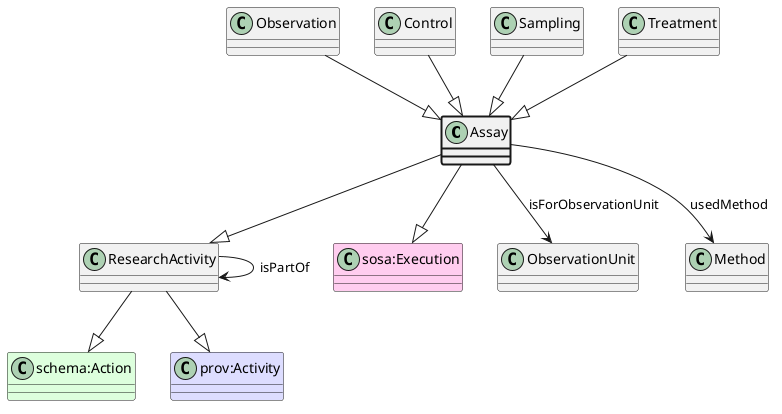
Above: ttl_uml/ttl_appn_Assay.png in aus-plant-phenomics-network/appn-schema (PlantUML), before the change.
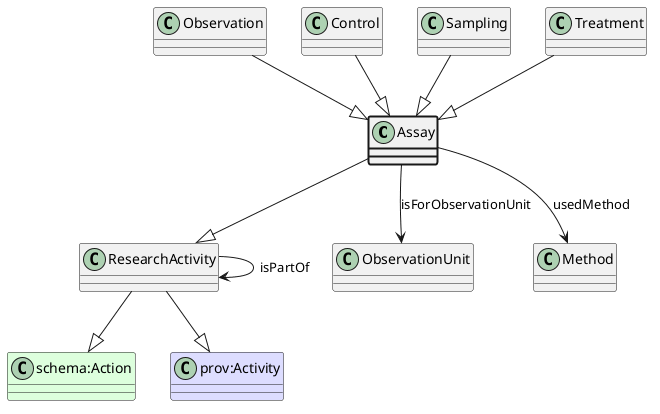
After the commit.

What changed in the source:
```diff
@@ -6,8 +6,6 @@
 class "prov:Activity" #DDDDFF
 ResearchActivity --|> "prov:Activity"
 Assay --|> ResearchActivity
-class "sosa:Execution" #FFCCEE
-Assay --|> "sosa:Execution"
 class ObservationUnit
 Assay --> ObservationUnit : isForObservationUnit
 class Method
```
